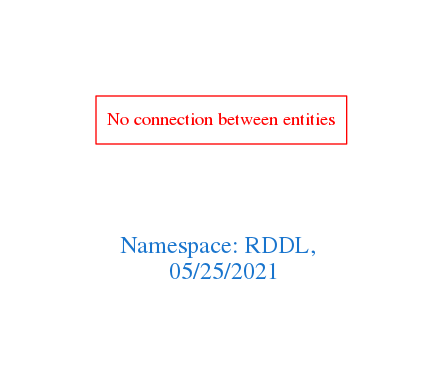
The Graphviz diagram downloads/RDDL.png in arago/OGIT, before a commit. Its source is kept beside it as downloads/RDDL.dot.
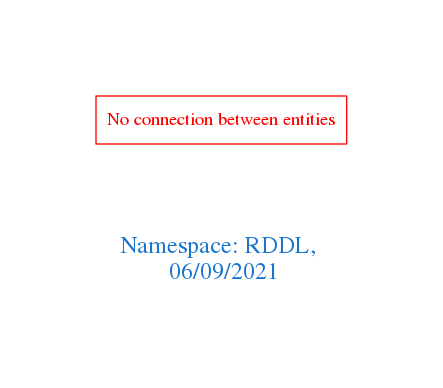
The same file after the commit.

Change to the diagram source:
```diff
@@ -1,7 +1,7 @@
 digraph OGIT_ontology {
  graph [ rankdir= LR,pad=1
 fontsize = 18,
-fontcolor= dodgerblue3,label = "\n\n\nNamespace: RDDL, \n 05/25/2021"];
+fontcolor= dodgerblue3,label = "\n\n\nNamespace: RDDL, \n 06/09/2021"];
 node[shape=polygon];
 edge [  color="gray81"];
 
```
